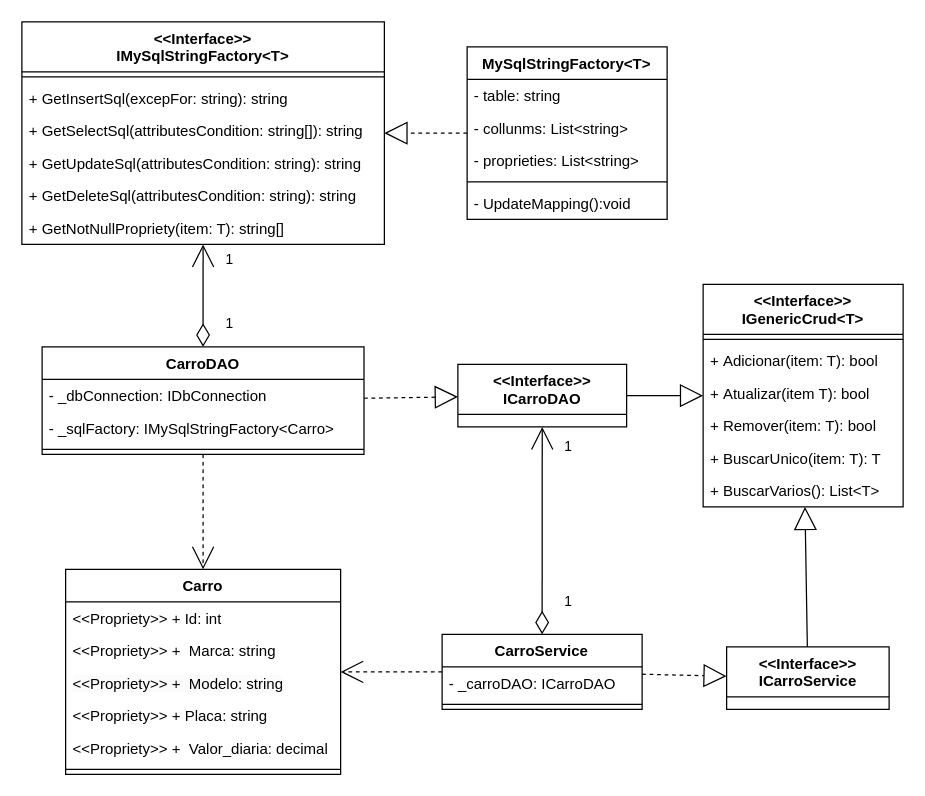
The draw.io diagram page "Class Carro" (3 of 9) of Aluguel de carro.drawio in Anebe/AluguelCarro, before the edit. Source tidied: cells renumbered, new cells numbered last; positions are measured from the earlier drawing's top-left corner, leaving out a move shared by most shapes. Both pictures are drawn from the tidied source at 125%, with x=0, y=0 at pixel (8, 21).
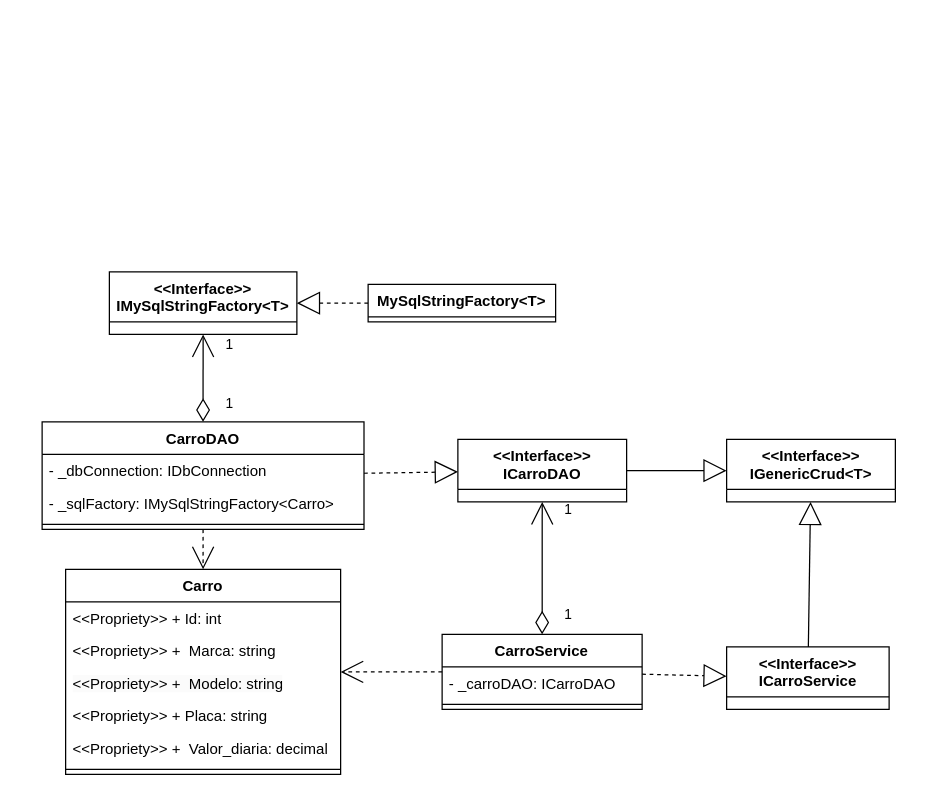
The same diagram, later.

The edit, as a diff of the source:
```diff
@@
-    <mxCell id="7" value="&amp;lt;&amp;lt;Interface&amp;gt;&amp;gt;&lt;br style=&quot;border-color: var(--border-color);&quot;&gt;IMySqlStringFactory&amp;lt;T&amp;gt;" style="swimlane;fontStyle=1;align=center;verticalAlign=top;horizontal=1;startSize=40;whiteSpace=wrap;html=1;rounded=0;" parent="1" vertex="1">
-      <mxGeometry x="11" width="290" height="178" as="geometry" />
+    <mxCell id="7" value="&amp;lt;&amp;lt;Interface&amp;gt;&amp;gt;&lt;br style=&quot;border-color: var(--border-color);&quot;&gt;IMySqlStringFactory&amp;lt;T&amp;gt;" style="swimlane;fontStyle=1;align=center;verticalAlign=top;horizontal=1;startSize=40;whiteSpace=wrap;html=1;rounded=0;" parent="1" vertex="1" collapsed="1">
+      <mxGeometry x="81" y="200" width="150" height="50" as="geometry" />
     </mxCell>
-    <mxCell id="8" style="line;strokeWidth=1;fillColor=none;align=left;verticalAlign=middle;spacingTop=-1;spacingLeft=3;spacingRight=3;labelPosition=right;strokeColor=inherit;rounded=0;" parent="7" vertex="1">
-      <mxGeometry y="40" width="290" height="8" as="geometry" />
-    </mxCell>
-    <mxCell id="9" value="+&amp;nbsp;GetInsertSql(excepFor: string): string" style="text;strokeColor=none;fillColor=none;align=left;verticalAlign=top;spacingLeft=4;spacingRight=4;overflow=hidden;whiteSpace=wrap;html=1;rounded=0;" parent="7" vertex="1">
-      <mxGeometry y="48" width="290" height="26" as="geometry" />
-    </mxCell>
-    <mxCell id="10" value="+&amp;nbsp;GetSelectSql(attributesCondition: string[]): string" style="text;strokeColor=none;fillColor=none;align=left;verticalAlign=top;spacingLeft=4;spacingRight=4;overflow=hidden;whiteSpace=wrap;html=1;rounded=0;" parent="7" vertex="1">
-      <mxGeometry y="74" width="290" height="26" as="geometry" />
-    </mxCell>
-    <mxCell id="11" value="+&amp;nbsp;GetUpdateSql(attributesCondition: string): string" style="text;strokeColor=none;fillColor=none;align=left;verticalAlign=top;spacingLeft=4;spacingRight=4;overflow=hidden;whiteSpace=wrap;html=1;rounded=0;" parent="7" vertex="1">
-      <mxGeometry y="100" width="290" height="26" as="geometry" />
-    </mxCell>
-    <mxCell id="12" value="+&amp;nbsp;GetDeleteSql(attributesCondition: string): string&amp;nbsp;" style="text;strokeColor=none;fillColor=none;align=left;verticalAlign=top;spacingLeft=4;spacingRight=4;overflow=hidden;whiteSpace=wrap;html=1;rounded=0;" parent="7" vertex="1">
-      <mxGeometry y="126" width="290" height="26" as="geometry" />
-    </mxCell>
-    <mxCell id="13" value="+ GetNotNullPropriety(item: T): string[]" style="text;strokeColor=none;fillColor=none;align=left;verticalAlign=top;spacingLeft=4;spacingRight=4;overflow=hidden;whiteSpace=wrap;html=1;rounded=0;" parent="7" vertex="1">
-      <mxGeometry y="152" width="290" height="26" as="geometry" />
-    </mxCell>
@@
-    <mxCell id="15" value="MySqlStringFactory&amp;lt;T&amp;gt;" style="swimlane;fontStyle=1;align=center;verticalAlign=top;horizontal=1;startSize=26;whiteSpace=wrap;html=1;rounded=0;" parent="1" vertex="1">
-      <mxGeometry x="367.2" y="20" width="160" height="138" as="geometry" />
+    <mxCell id="15" value="MySqlStringFactory&amp;lt;T&amp;gt;" style="swimlane;fontStyle=1;align=center;verticalAlign=top;horizontal=1;startSize=26;whiteSpace=wrap;html=1;rounded=0;" parent="1" vertex="1" collapsed="1">
+      <mxGeometry x="288" y="210" width="150" height="30" as="geometry" />
     </mxCell>
-    <mxCell id="16" value="- table: string" style="text;strokeColor=none;fillColor=none;align=left;verticalAlign=top;spacingLeft=4;spacingRight=4;overflow=hidden;whiteSpace=wrap;html=1;rounded=0;" parent="15" vertex="1">
-      <mxGeometry y="26" width="160" height="26" as="geometry" />
-    </mxCell>
-    <mxCell id="17" value="- collunms: List&amp;lt;string&amp;gt;" style="text;strokeColor=none;fillColor=none;align=left;verticalAlign=top;spacingLeft=4;spacingRight=4;overflow=hidden;whiteSpace=wrap;html=1;rounded=0;" parent="15" vertex="1">
-      <mxGeometry y="52" width="160" height="26" as="geometry" />
-    </mxCell>
-    <mxCell id="18" value="- proprieties: List&amp;lt;string&amp;gt;" style="text;strokeColor=none;fillColor=none;align=left;verticalAlign=top;spacingLeft=4;spacingRight=4;overflow=hidden;whiteSpace=wrap;html=1;rounded=0;" parent="15" vertex="1">
-      <mxGeometry y="78" width="160" height="26" as="geometry" />
-    </mxCell>
-    <mxCell id="19" style="line;strokeWidth=1;fillColor=none;align=left;verticalAlign=middle;spacingTop=-1;spacingLeft=3;spacingRight=3;labelPosition=right;strokeColor=inherit;rounded=0;" parent="15" vertex="1">
-      <mxGeometry y="104" width="160" height="8" as="geometry" />
-    </mxCell>
-    <mxCell id="20" value="- UpdateMapping():void" style="text;strokeColor=none;fillColor=none;align=left;verticalAlign=top;spacingLeft=4;spacingRight=4;overflow=hidden;whiteSpace=wrap;html=1;rounded=0;" parent="15" vertex="1">
-      <mxGeometry y="112" width="160" height="26" as="geometry" />
-    </mxCell>
-    <mxCell id="21" value="&amp;lt;&amp;lt;Interface&amp;gt;&amp;gt;&lt;br&gt;IGenericCrud&amp;lt;T&amp;gt;" style="swimlane;fontStyle=1;align=center;verticalAlign=top;horizontal=1;startSize=40;whiteSpace=wrap;html=1;rounded=0;" parent="1" vertex="1">
-      <mxGeometry x="556" y="210" width="160" height="178" as="geometry" />
+    <mxCell id="21" value="&amp;lt;&amp;lt;Interface&amp;gt;&amp;gt;&lt;br&gt;IGenericCrud&amp;lt;T&amp;gt;" style="swimlane;fontStyle=1;align=center;verticalAlign=top;horizontal=1;startSize=40;whiteSpace=wrap;html=1;rounded=0;" parent="1" vertex="1" collapsed="1">
+      <mxGeometry x="574.8" y="334" width="135" height="50" as="geometry" />
     </mxCell>
-    <mxCell id="22" style="line;strokeWidth=1;fillColor=none;align=left;verticalAlign=middle;spacingTop=-1;spacingLeft=3;spacingRight=3;labelPosition=right;strokeColor=inherit;rounded=0;" parent="21" vertex="1">
-      <mxGeometry y="40" width="160" height="8" as="geometry" />
-    </mxCell>
-    <mxCell id="23" value="+&amp;nbsp;Adicionar(item: T): bool" style="text;strokeColor=none;fillColor=none;align=left;verticalAlign=top;spacingLeft=4;spacingRight=4;overflow=hidden;whiteSpace=wrap;html=1;rounded=0;" parent="21" vertex="1">
-      <mxGeometry y="48" width="160" height="26" as="geometry" />
-    </mxCell>
-    <mxCell id="24" value="+&amp;nbsp;Atualizar(item T): bool" style="text;strokeColor=none;fillColor=none;align=left;verticalAlign=top;spacingLeft=4;spacingRight=4;overflow=hidden;whiteSpace=wrap;html=1;rounded=0;" parent="21" vertex="1">
-      <mxGeometry y="74" width="160" height="26" as="geometry" />
-    </mxCell>
-    <mxCell id="25" value="+ Remover(item: T): bool" style="text;strokeColor=none;fillColor=none;align=left;verticalAlign=top;spacingLeft=4;spacingRight=4;overflow=hidden;whiteSpace=wrap;html=1;rounded=0;" parent="21" vertex="1">
-      <mxGeometry y="100" width="160" height="26" as="geometry" />
-    </mxCell>
-    <mxCell id="26" value="+ BuscarUnico(item: T): T" style="text;strokeColor=none;fillColor=none;align=left;verticalAlign=top;spacingLeft=4;spacingRight=4;overflow=hidden;whiteSpace=wrap;html=1;rounded=0;" parent="21" vertex="1">
-      <mxGeometry y="126" width="160" height="26" as="geometry" />
-    </mxCell>
-    <mxCell id="27" value="+ BuscarVarios(): List&amp;lt;T&amp;gt;" style="text;strokeColor=none;fillColor=none;align=left;verticalAlign=top;spacingLeft=4;spacingRight=4;overflow=hidden;whiteSpace=wrap;html=1;rounded=0;" parent="21" vertex="1">
-      <mxGeometry y="152" width="160" height="26" as="geometry" />
-    </mxCell>
@@
     <mxCell id="33" value="CarroDAO" style="swimlane;fontStyle=1;align=center;verticalAlign=top;horizontal=1;startSize=26;whiteSpace=wrap;html=1;rounded=0;" parent="1" vertex="1">
-      <mxGeometry x="27.2" y="260" width="257.5" height="86" as="geometry" />
+      <mxGeometry x="27.2" y="320" width="257.5" height="86" as="geometry" />
     </mxCell>
@@
     <mxCell id="48" value="&amp;lt;&amp;lt;Interface&amp;gt;&amp;gt;&lt;br&gt;ICarroDAO" style="swimlane;fontStyle=1;align=center;verticalAlign=top;horizontal=1;startSize=40;whiteSpace=wrap;html=1;rounded=0;" parent="1" vertex="1" collapsed="1">
-      <mxGeometry x="359.8" y="274" width="135" height="50" as="geometry" />
+      <mxGeometry x="359.8" y="334" width="135" height="50" as="geometry" />
     </mxCell>
```
